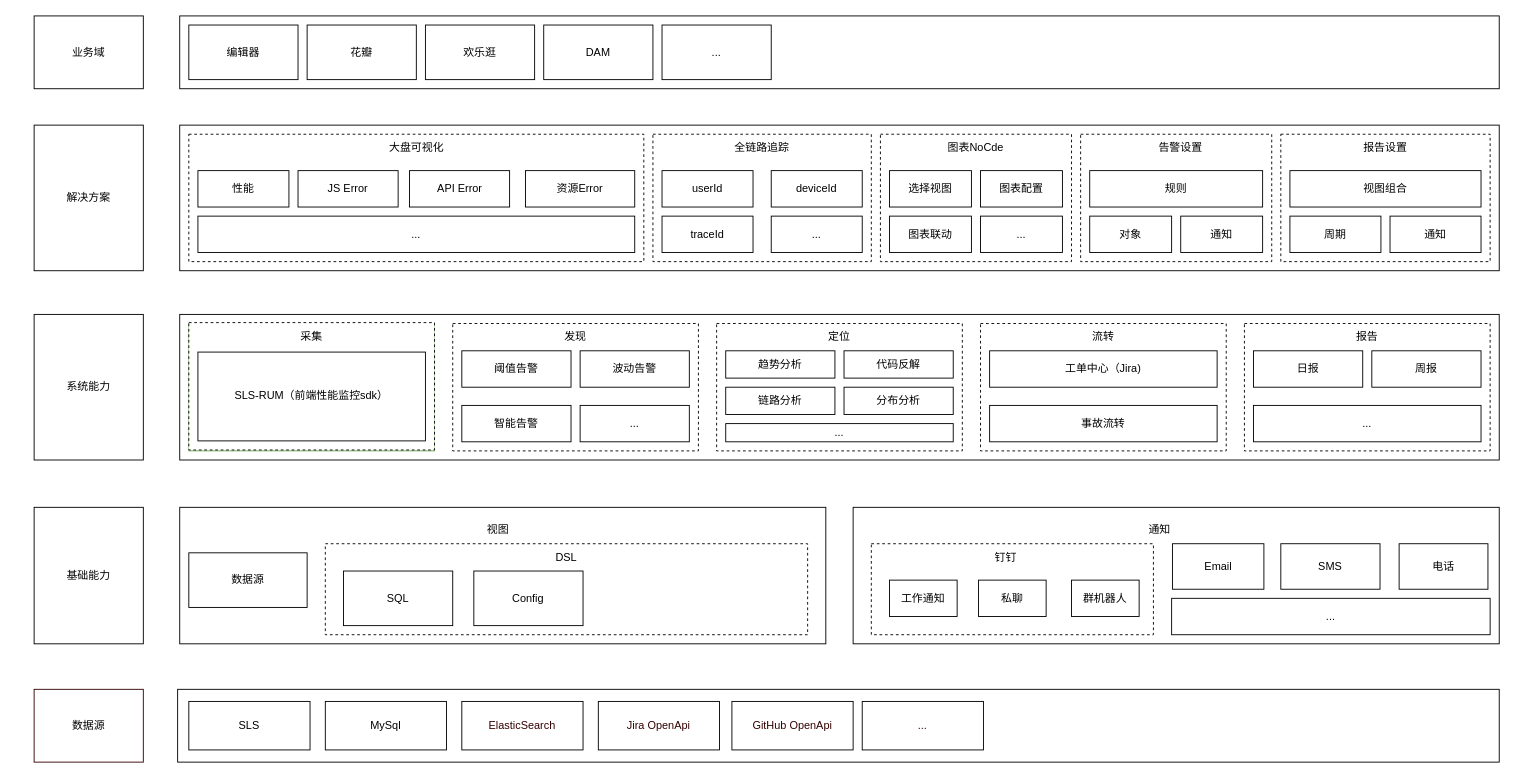
Earlier version of the draw.io diagram worker/质量大盘.drawio (TNT-Likely/diagrams). Source tidied: cells renumbered, new cells numbered last; positions are measured from the earlier drawing's top-left corner, leaving out a move shared by most shapes. Both pictures are drawn from the tidied source at 91%, with x=0, y=0 at pixel (15, 15).
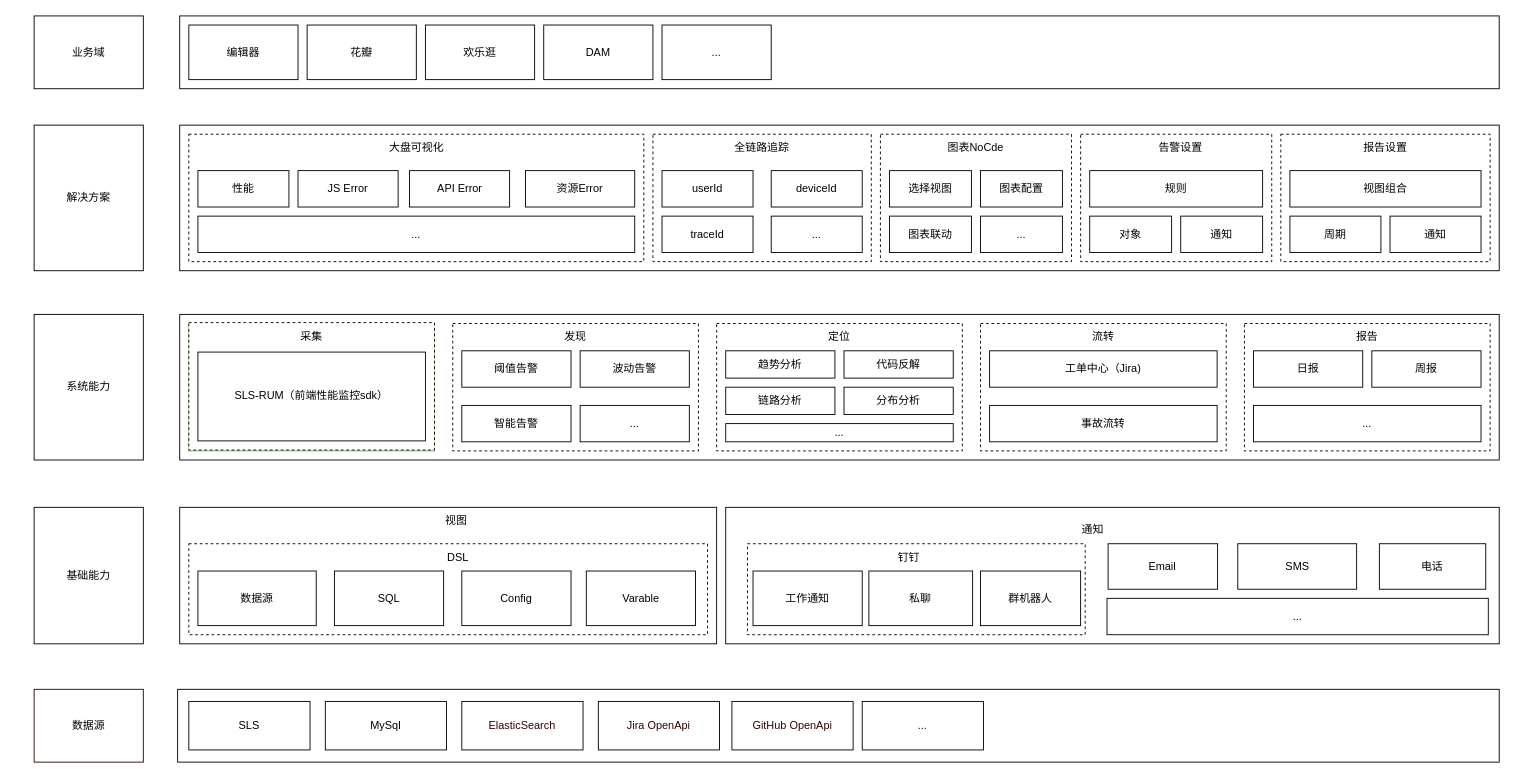
Above is the later version.

Commit message (it also covers changes not shown here):
更新质量大盘.drawio

What changed in the source:
```diff
@@
     <mxCell id="3" style="group;" parent="1" vertex="1">
-      <mxGeometry x="920" y="540" width="710" height="150" as="geometry" />
+      <mxGeometry x="780" y="540" width="850" height="150" as="geometry" />
     </mxCell>
     <mxCell id="4" style="group;" parent="3" vertex="1">
-      <mxGeometry width="710" height="150" as="geometry" />
+      <mxGeometry width="850" height="150" as="geometry" />
     </mxCell>
     <mxCell id="5" style="rounded=0;whiteSpace=wrap;html=1;" parent="4" vertex="1">
-      <mxGeometry width="710" height="150" as="geometry" />
+      <mxGeometry width="850" height="150" as="geometry" />
     </mxCell>
     <mxCell id="6" value="通知" style="text;html=1;strokeColor=none;fillColor=none;align=center;verticalAlign=middle;whiteSpace=wrap;rounded=0;" parent="4" vertex="1">
-      <mxGeometry x="300" y="10" width="74.3" height="30" as="geometry" />
+      <mxGeometry x="359.2" y="10" width="88.9" height="30" as="geometry" />
     </mxCell>
     <mxCell id="7" style="rounded=0;whiteSpace=wrap;html=1;dashed=1;" parent="4" vertex="1">
-      <mxGeometry x="20" y="40" width="310" height="100" as="geometry" />
+      <mxGeometry x="23.9" y="40" width="371.1" height="100" as="geometry" />
     </mxCell>
     <mxCell id="8" value="钉钉" style="text;html=1;strokeColor=none;fillColor=none;align=center;verticalAlign=middle;whiteSpace=wrap;rounded=0;" parent="4" vertex="1">
-      <mxGeometry x="131.4" y="40" width="74.3" height="30" as="geometry" />
+      <mxGeometry x="157.3" y="40" width="88.9" height="30" as="geometry" />
     </mxCell>
     <mxCell id="9" value="工作通知" style="rounded=0;whiteSpace=wrap;html=1;" parent="4" vertex="1">
-      <mxGeometry x="40" y="80" width="74.3" height="40" as="geometry" />
+      <mxGeometry x="30" y="70" width="120" height="60" as="geometry" />
     </mxCell>
     <mxCell id="10" value="私聊" style="rounded=0;whiteSpace=wrap;html=1;" parent="4" vertex="1">
-      <mxGeometry x="137.8" y="80" width="74.3" height="40" as="geometry" />
+      <mxGeometry x="157.3" y="70" width="114" height="60" as="geometry" />
     </mxCell>
     <mxCell id="11" value="群机器人" style="rounded=0;whiteSpace=wrap;html=1;" parent="4" vertex="1">
-      <mxGeometry x="240" y="80" width="74.3" height="40" as="geometry" />
+      <mxGeometry x="280" y="70" width="110" height="60" as="geometry" />
     </mxCell>
     <mxCell id="12" value="Email" style="rounded=0;whiteSpace=wrap;html=1;" parent="4" vertex="1">
-      <mxGeometry x="350.9" y="40" width="100.5" height="50" as="geometry" />
+      <mxGeometry x="420.2" y="40" width="120.3" height="50" as="geometry" />
     </mxCell>
     <mxCell id="13" value="SMS" style="rounded=0;whiteSpace=wrap;html=1;" parent="4" vertex="1">
-      <mxGeometry x="470" y="40" width="109" height="50" as="geometry" />
+      <mxGeometry x="562.7" y="40" width="130.6" height="50" as="geometry" />
     </mxCell>
     <mxCell id="14" value="电话" style="rounded=0;whiteSpace=wrap;html=1;" parent="4" vertex="1">
-      <mxGeometry x="600" y="40" width="97.6" height="50" as="geometry" />
+      <mxGeometry x="718.3" y="40" width="116.9" height="50" as="geometry" />
     </mxCell>
     <mxCell id="15" value="..." style="rounded=0;whiteSpace=wrap;html=1;" parent="4" vertex="1">
-      <mxGeometry x="350" y="100" width="350" height="40" as="geometry" />
+      <mxGeometry x="419" y="100" width="419" height="40" as="geometry" />
     </mxCell>
@@
     <mxCell id="98" style="rounded=0;whiteSpace=wrap;html=1;" parent="1" vertex="1">
-      <mxGeometry x="180" y="540" width="710" height="150" as="geometry" />
+      <mxGeometry x="180" y="540" width="590" height="150" as="geometry" />
     </mxCell>
     <mxCell id="99" value="视图" style="text;html=1;strokeColor=none;fillColor=none;align=center;verticalAlign=middle;whiteSpace=wrap;rounded=0;" parent="1" vertex="1">
-      <mxGeometry x="495.6" y="550" width="67.6" height="30" as="geometry" />
+      <mxGeometry x="450" y="540" width="67.6" height="30" as="geometry" />
     </mxCell>
+    <mxCell id="105" style="group;" parent="1" vertex="1">
+      <mxGeometry x="190" y="580" width="570" height="100" as="geometry" />
+    </mxCell>
+    <mxCell id="101" style="rounded=0;whiteSpace=wrap;html=1;dashed=1;" parent="105" vertex="1">
+      <mxGeometry width="570" height="100" as="geometry" />
+    </mxCell>
-    <mxCell id="100" value="数据源" style="rounded=0;whiteSpace=wrap;html=1;" parent="1" vertex="1">
-      <mxGeometry x="190" y="590" width="130" height="60" as="geometry" />
+    <mxCell id="100" value="数据源" style="rounded=0;whiteSpace=wrap;html=1;" parent="105" vertex="1">
+      <mxGeometry x="10" y="30" width="130" height="60" as="geometry" />
     </mxCell>
-    <mxCell id="101" style="rounded=0;whiteSpace=wrap;html=1;dashed=1;" parent="1" vertex="1">
-      <mxGeometry x="340" y="580" width="530" height="100" as="geometry" />
-    </mxCell>
-    <mxCell id="102" value="DSL" style="text;html=1;strokeColor=none;fillColor=none;align=center;verticalAlign=middle;whiteSpace=wrap;rounded=0;" parent="1" vertex="1">
-      <mxGeometry x="575" y="580" width="60" height="30" as="geometry" />
+    <mxCell id="102" value="DSL" style="text;html=1;strokeColor=none;fillColor=none;align=center;verticalAlign=middle;whiteSpace=wrap;rounded=0;" parent="105" vertex="1">
+      <mxGeometry x="265.6" width="60" height="30" as="geometry" />
     </mxCell>
-    <mxCell id="103" value="SQL" style="rounded=0;whiteSpace=wrap;html=1;" parent="1" vertex="1">
-      <mxGeometry x="360" y="610" width="120" height="60" as="geometry" />
+    <mxCell id="103" value="SQL" style="rounded=0;whiteSpace=wrap;html=1;" parent="105" vertex="1">
+      <mxGeometry x="160" y="30" width="120" height="60" as="geometry" />
     </mxCell>
-    <mxCell id="104" value="Config" style="rounded=0;whiteSpace=wrap;html=1;" parent="1" vertex="1">
-      <mxGeometry x="503.2" y="610" width="120" height="60" as="geometry" />
+    <mxCell id="104" value="Config" style="rounded=0;whiteSpace=wrap;html=1;" parent="105" vertex="1">
+      <mxGeometry x="300" y="30" width="120" height="60" as="geometry" />
     </mxCell>
+    <mxCell id="106" value="Varable" style="rounded=0;whiteSpace=wrap;html=1;" parent="105" vertex="1">
+      <mxGeometry x="436.8" y="30" width="120" height="60" as="geometry" />
+    </mxCell>
```
